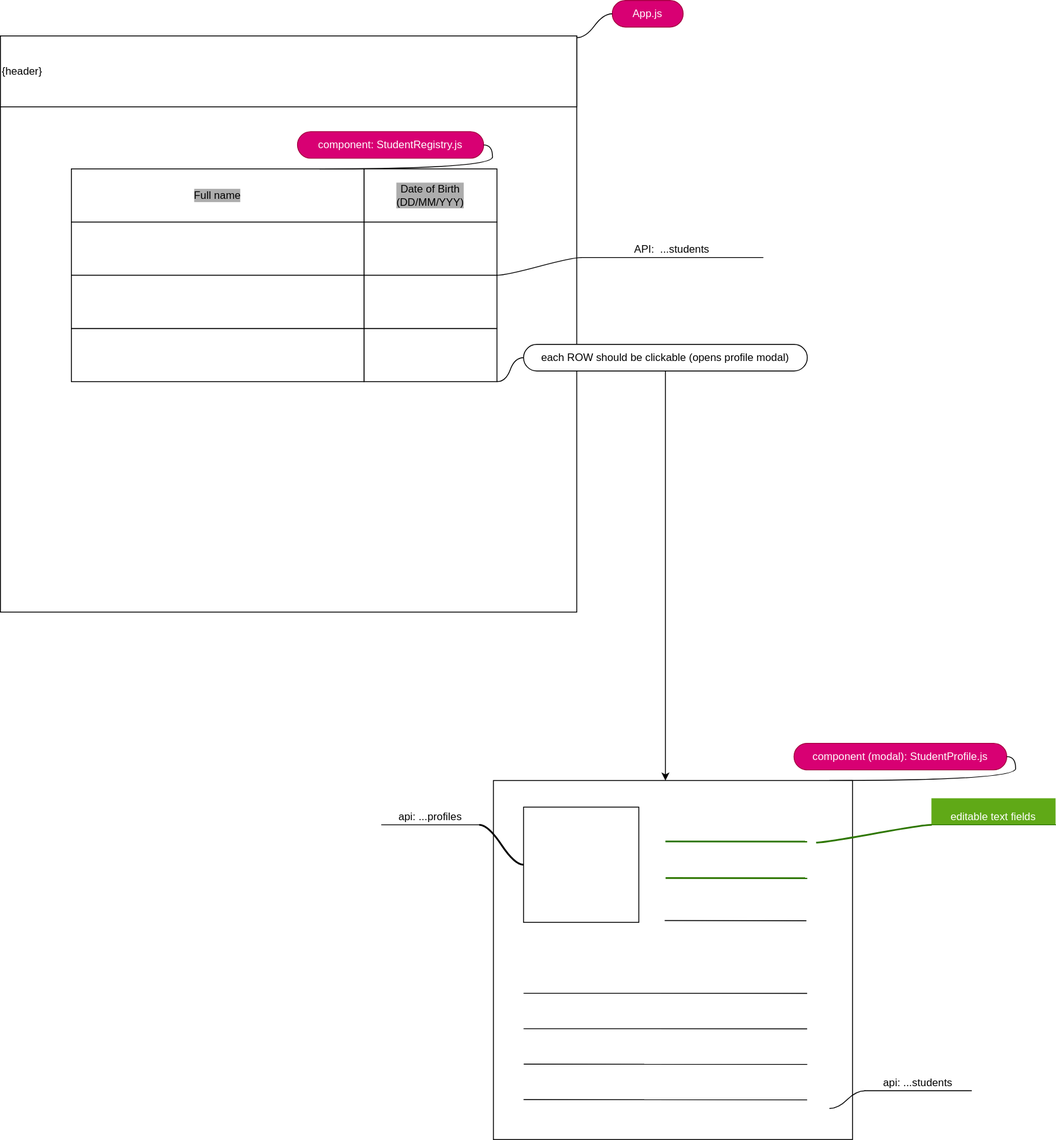
Above: public/wireframe.drawio.svg in d1anas0/student-register (draw.io), before the change. Source tidied: cells renumbered, new cells last; positions are measured from the earlier drawing's top-left corner, leaving out a move shared by most shapes.
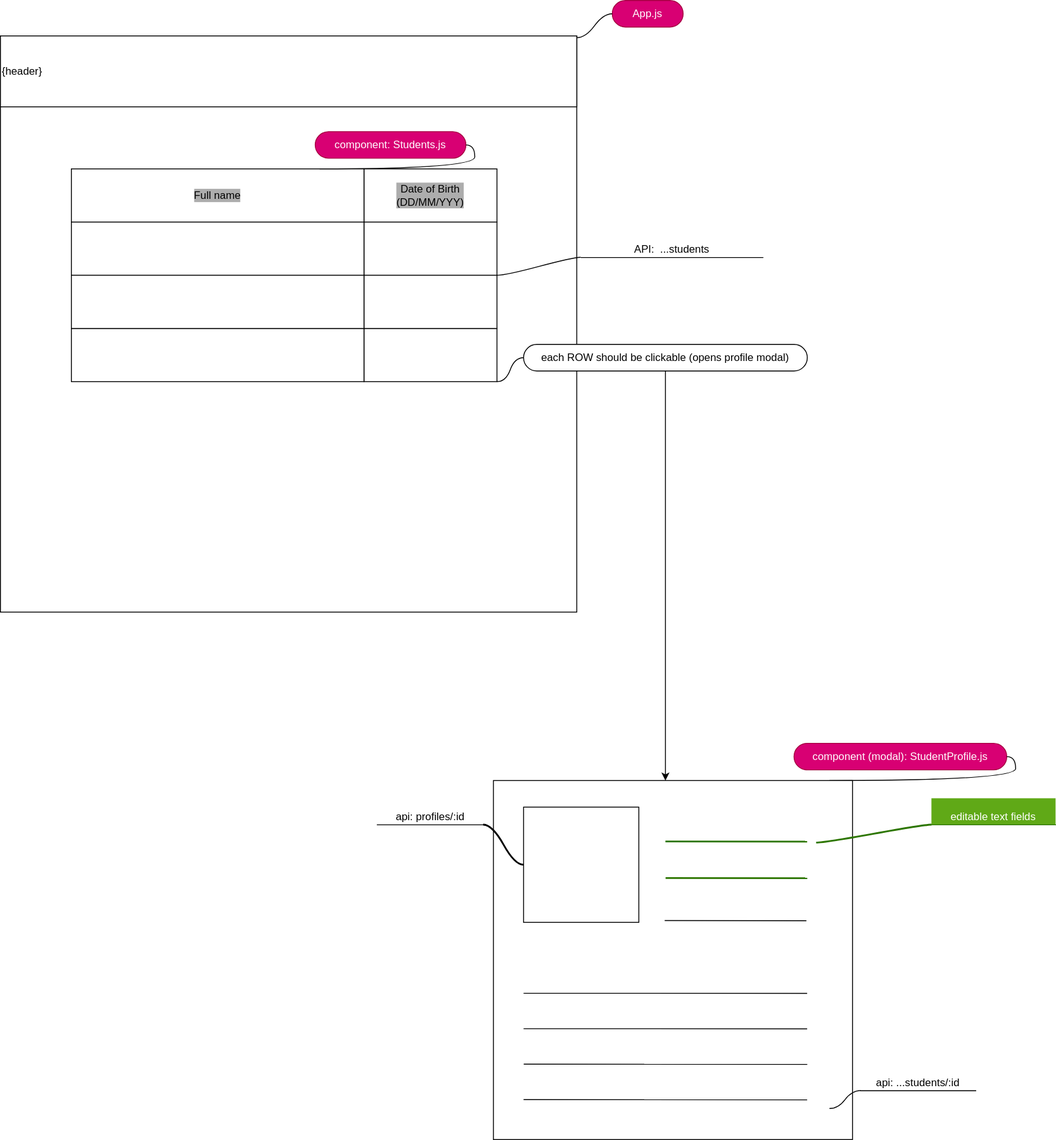
Later version of the same file.

Commit message:
StudentRegister: add date formatter

Change to the diagram source:
```diff
@@ -48,8 +48,8 @@
         <mxPoint x="650" y="42" as="sourcePoint" />
       </mxGeometry>
     </mxCell>
-    <mxCell id="16" value="component: StudentRegistry.js" style="whiteSpace=wrap;html=1;rounded=1;arcSize=50;align=center;verticalAlign=middle;strokeWidth=1;spacing=4;newEdgeStyle={&quot;edgeStyle&quot;:&quot;entityRelationEdgeStyle&quot;,&quot;startArrow&quot;:&quot;none&quot;,&quot;endArrow&quot;:&quot;none&quot;,&quot;segment&quot;:10,&quot;curved&quot;:1,&quot;sourcePerimeterSpacing&quot;:0,&quot;targetPerimeterSpacing&quot;:0};fillColor=#d80073;fontColor=#ffffff;strokeColor=#A50040;" parent="1" vertex="1">
-      <mxGeometry x="335" y="148" width="210" height="30" as="geometry" />
+    <mxCell id="16" value="component: Students.js" style="whiteSpace=wrap;html=1;rounded=1;arcSize=50;align=center;verticalAlign=middle;strokeWidth=1;spacing=4;newEdgeStyle={&quot;edgeStyle&quot;:&quot;entityRelationEdgeStyle&quot;,&quot;startArrow&quot;:&quot;none&quot;,&quot;endArrow&quot;:&quot;none&quot;,&quot;segment&quot;:10,&quot;curved&quot;:1,&quot;sourcePerimeterSpacing&quot;:0,&quot;targetPerimeterSpacing&quot;:0};fillColor=#d80073;fontColor=#ffffff;strokeColor=#A50040;" parent="1" vertex="1">
+      <mxGeometry x="355" y="148" width="170" height="30" as="geometry" />
     </mxCell>
     <mxCell id="17" style="edgeStyle=entityRelationEdgeStyle;startArrow=none;endArrow=none;segment=10;curved=1;sourcePerimeterSpacing=0;targetPerimeterSpacing=0;" parent="1" edge="1" target="16">
       <mxGeometry relative="1" as="geometry">
@@ -80,8 +80,8 @@
         <mxPoint x="560" y="310" as="sourcePoint" />
       </mxGeometry>
     </mxCell>
-    <mxCell id="24" value="api: ...students" style="whiteSpace=wrap;html=1;shape=partialRectangle;top=0;left=0;bottom=1;right=0;points=[[0,1],[1,1]];fillColor=none;align=center;verticalAlign=bottom;routingCenterY=0.5;snapToPoint=1;newEdgeStyle={&quot;edgeStyle&quot;:&quot;entityRelationEdgeStyle&quot;,&quot;startArrow&quot;:&quot;none&quot;,&quot;endArrow&quot;:&quot;none&quot;,&quot;segment&quot;:10,&quot;curved&quot;:1,&quot;sourcePerimeterSpacing&quot;:0,&quot;targetPerimeterSpacing&quot;:0};" parent="1" vertex="1">
-      <mxGeometry x="975" y="1200" width="120" height="30" as="geometry" />
+    <mxCell id="24" value="api: ...students/:id" style="whiteSpace=wrap;html=1;shape=partialRectangle;top=0;left=0;bottom=1;right=0;points=[[0,1],[1,1]];fillColor=none;align=center;verticalAlign=bottom;routingCenterY=0.5;snapToPoint=1;newEdgeStyle={&quot;edgeStyle&quot;:&quot;entityRelationEdgeStyle&quot;,&quot;startArrow&quot;:&quot;none&quot;,&quot;endArrow&quot;:&quot;none&quot;,&quot;segment&quot;:10,&quot;curved&quot;:1,&quot;sourcePerimeterSpacing&quot;:0,&quot;targetPerimeterSpacing&quot;:0};" parent="1" vertex="1">
+      <mxGeometry x="970" y="1200" width="130" height="30" as="geometry" />
     </mxCell>
     <mxCell id="25" style="edgeStyle=entityRelationEdgeStyle;startArrow=none;endArrow=none;segment=10;curved=1;sourcePerimeterSpacing=0;targetPerimeterSpacing=0;" parent="1" edge="1" target="24">
       <mxGeometry relative="1" as="geometry">
@@ -141,8 +141,8 @@
         <mxPoint x="920" y="950" as="sourcePoint" />
       </mxGeometry>
     </mxCell>
-    <mxCell id="36" value="api: ...profiles" style="whiteSpace=wrap;html=1;shape=partialRectangle;top=0;left=0;bottom=1;right=0;points=[[0,1],[1,1]];fillColor=none;align=center;verticalAlign=bottom;routingCenterY=0.5;snapToPoint=1;newEdgeStyle={&quot;edgeStyle&quot;:&quot;entityRelationEdgeStyle&quot;,&quot;startArrow&quot;:&quot;none&quot;,&quot;endArrow&quot;:&quot;none&quot;,&quot;segment&quot;:10,&quot;curved&quot;:1,&quot;sourcePerimeterSpacing&quot;:0,&quot;targetPerimeterSpacing&quot;:0};" parent="1" vertex="1">
-      <mxGeometry x="430" y="900" width="110" height="30" as="geometry" />
+    <mxCell id="36" value="api: profiles/:id" style="whiteSpace=wrap;html=1;shape=partialRectangle;top=0;left=0;bottom=1;right=0;points=[[0,1],[1,1]];fillColor=none;align=center;verticalAlign=bottom;routingCenterY=0.5;snapToPoint=1;newEdgeStyle={&quot;edgeStyle&quot;:&quot;entityRelationEdgeStyle&quot;,&quot;startArrow&quot;:&quot;none&quot;,&quot;endArrow&quot;:&quot;none&quot;,&quot;segment&quot;:10,&quot;curved&quot;:1,&quot;sourcePerimeterSpacing&quot;:0,&quot;targetPerimeterSpacing&quot;:0};" parent="1" vertex="1">
+      <mxGeometry x="425" y="900" width="120" height="30" as="geometry" />
     </mxCell>
     <mxCell id="37" style="edgeStyle=entityRelationEdgeStyle;startArrow=none;endArrow=none;segment=10;curved=1;sourcePerimeterSpacing=0;targetPerimeterSpacing=0;strokeWidth=2;" parent="1" edge="1" source="26" target="36">
       <mxGeometry relative="1" as="geometry" />
```
